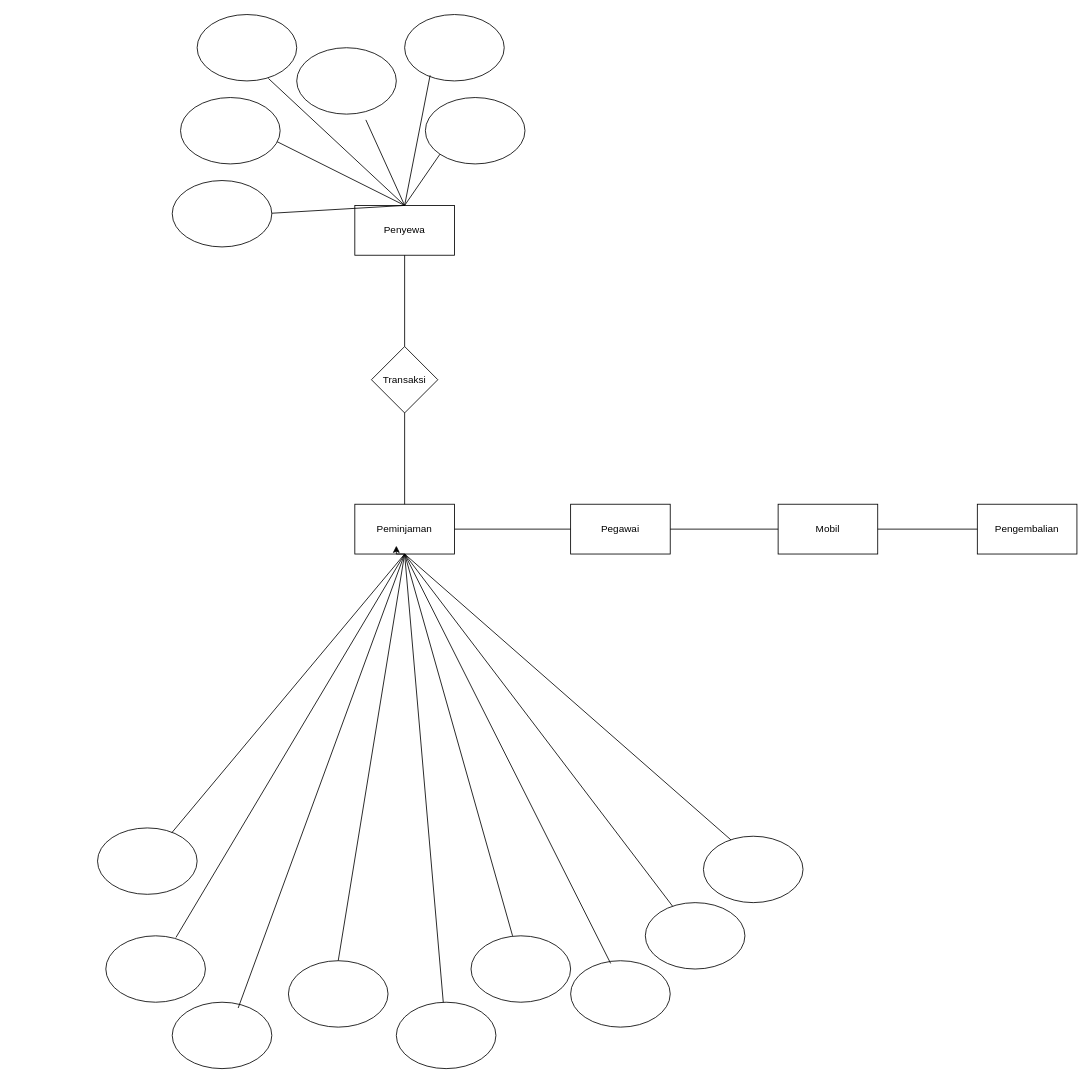
The draw.io diagram Untitled Diagram.drawio in MarioAT2703/MarioAchmad, before the edit. Source tidied: cells renumbered, new cells numbered last; positions are measured from the earlier drawing's top-left corner, leaving out a move shared by most shapes. Both pictures are drawn from the tidied source at 83%, with x=0, y=0 at pixel (97, 14).
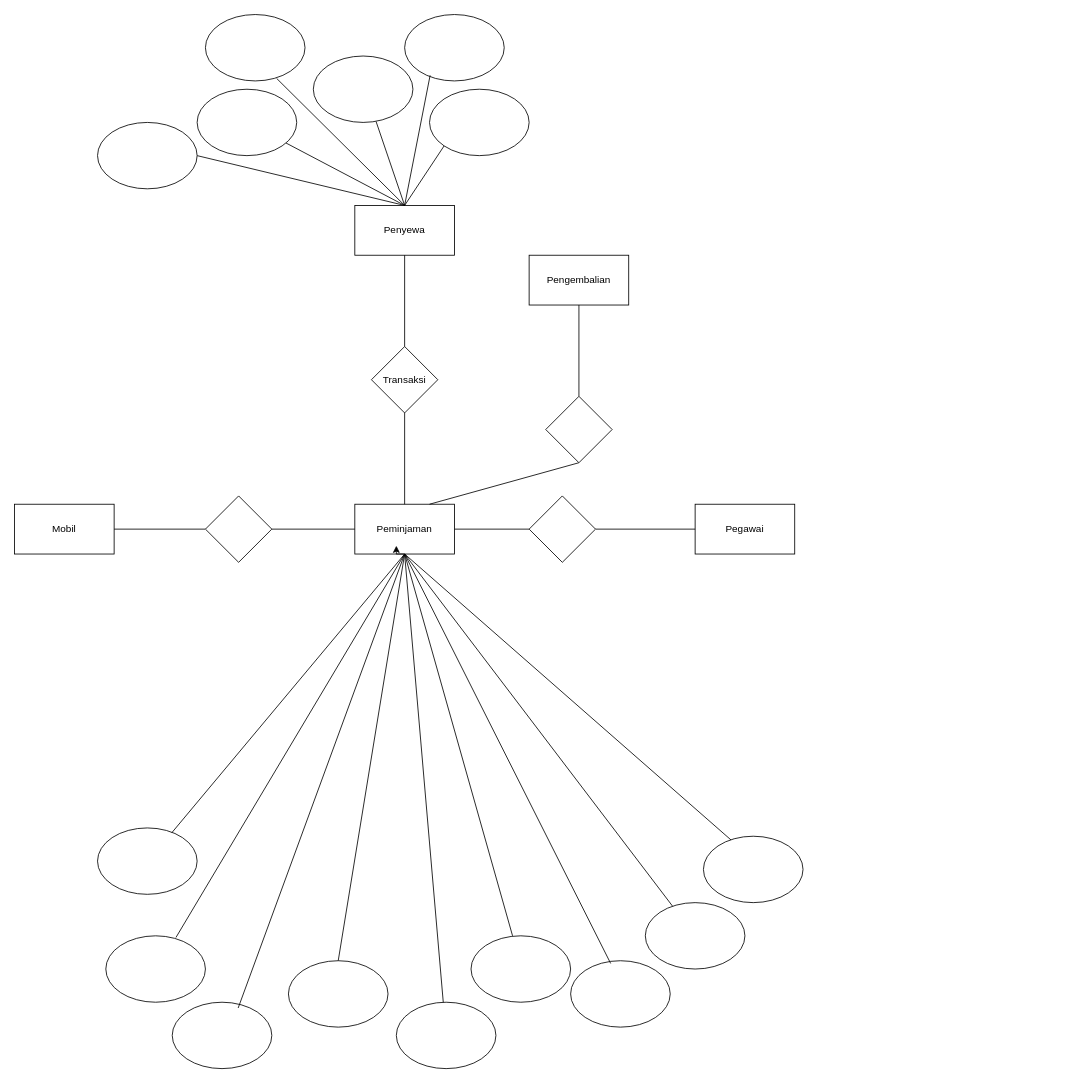
The same page after the edit.

Unchanged cells that the change refers to:
```xml
<mxCell id="2" value="Penyewa" style="rounded=0;whiteSpace=wrap;html=1;" parent="1" vertex="1">
  <mxGeometry x="310" y="230" width="120" height="60" as="geometry" />
</mxCell>
<mxCell id="6" value="Peminjaman" style="rounded=0;whiteSpace=wrap;html=1;" parent="1" vertex="1">
  <mxGeometry x="310" y="590" width="120" height="60" as="geometry" />
</mxCell>
```

Diff of the diagram source:
```diff
@@
     <mxCell id="3" value="Pegawai" style="rounded=0;whiteSpace=wrap;html=1;" parent="1" vertex="1">
-      <mxGeometry x="570" y="590" width="120" height="60" as="geometry" />
+      <mxGeometry x="720" y="590" width="120" height="60" as="geometry" />
     </mxCell>
     <mxCell id="4" value="Mobil" style="rounded=0;whiteSpace=wrap;html=1;" parent="1" vertex="1">
-      <mxGeometry x="820" y="590" width="120" height="60" as="geometry" />
+      <mxGeometry x="-100" y="590" width="120" height="60" as="geometry" />
     </mxCell>
     <mxCell id="5" value="Pengembalian" style="rounded=0;whiteSpace=wrap;html=1;" parent="1" vertex="1">
-      <mxGeometry x="1060" y="590" width="120" height="60" as="geometry" />
+      <mxGeometry x="520" y="290" width="120" height="60" as="geometry" />
     </mxCell>
@@
-    <mxCell id="7" style="endArrow=none;html=1;rounded=0;entryX=0.5;entryY=0;entryDx=0;entryDy=0;" parent="1" edge="1" target="2">
-      <mxGeometry relative="1" as="geometry">
-        <mxPoint x="200" y="240" as="sourcePoint" />
-      </mxGeometry>
+    <mxCell id="7" style="endArrow=none;html=1;rounded=0;entryX=0.5;entryY=0;entryDx=0;entryDy=0;exitX=1;exitY=0.5;exitDx=0;exitDy=0;" parent="1" edge="1" source="10" target="2">
+      <mxGeometry relative="1" as="geometry" />
     </mxCell>
-    <mxCell id="8" style="endArrow=none;html=1;rounded=0;exitX=0.5;exitY=0;exitDx=0;exitDy=0;" parent="1" edge="1" source="2">
+    <mxCell id="8" style="endArrow=none;html=1;rounded=0;exitX=0.5;exitY=0;exitDx=0;exitDy=0;" parent="1" edge="1" source="11">
       <mxGeometry relative="1" as="geometry">
         <mxPoint x="190" y="140" as="targetPoint" />
       </mxGeometry>
     </mxCell>
     <mxCell id="9" style="ellipse;whiteSpace=wrap;html=1;" parent="1" vertex="1">
-      <mxGeometry x="395" y="100" width="120" height="80" as="geometry" />
+      <mxGeometry x="400" y="90" width="120" height="80" as="geometry" />
     </mxCell>
     <mxCell id="10" style="ellipse;whiteSpace=wrap;html=1;" parent="1" vertex="1">
-      <mxGeometry x="90" y="200" width="120" height="80" as="geometry" />
+      <mxGeometry y="130" width="120" height="80" as="geometry" />
     </mxCell>
-    <mxCell id="11" style="ellipse;whiteSpace=wrap;html=1;" parent="1" vertex="1">
-      <mxGeometry x="100" y="100" width="120" height="80" as="geometry" />
-    </mxCell>
@@
     <mxCell id="13" style="ellipse;whiteSpace=wrap;html=1;" parent="1" vertex="1">
-      <mxGeometry x="120" width="120" height="80" as="geometry" />
+      <mxGeometry x="130" width="120" height="80" as="geometry" />
     </mxCell>
     <mxCell id="14" style="ellipse;whiteSpace=wrap;html=1;" parent="1" vertex="1">
-      <mxGeometry x="240" y="40" width="120" height="80" as="geometry" />
+      <mxGeometry x="260" y="50" width="120" height="80" as="geometry" />
     </mxCell>
@@
-    <mxCell id="16" style="endArrow=none;html=1;rounded=0;exitX=0.694;exitY=1.087;exitDx=0;exitDy=0;exitPerimeter=0;entryX=0.5;entryY=0;entryDx=0;entryDy=0;" parent="1" edge="1" source="14" target="2">
+    <mxCell id="16" style="endArrow=none;html=1;rounded=0;entryX=0.5;entryY=0;entryDx=0;entryDy=0;exitX=0.63;exitY=0.986;exitDx=0;exitDy=0;exitPerimeter=0;" parent="1" edge="1" source="14" target="2">
       <mxGeometry relative="1" as="geometry" />
     </mxCell>
@@
-    <mxCell id="23" style="endArrow=none;html=1;rounded=0;exitX=1;exitY=0.5;exitDx=0;exitDy=0;" parent="1" edge="1" source="6" target="3">
+    <mxCell id="23" style="endArrow=none;html=1;rounded=0;exitX=1;exitY=0.5;exitDx=0;exitDy=0;" parent="1" edge="1" source="46" target="3">
       <mxGeometry relative="1" as="geometry" />
     </mxCell>
-    <mxCell id="24" style="endArrow=none;html=1;rounded=0;exitX=1;exitY=0.5;exitDx=0;exitDy=0;entryX=0;entryY=0.5;entryDx=0;entryDy=0;" parent="1" edge="1" source="3" target="4">
+    <mxCell id="24" style="endArrow=none;html=1;rounded=0;entryX=1;entryY=0.5;entryDx=0;entryDy=0;" parent="1" edge="1" source="48" target="4">
       <mxGeometry relative="1" as="geometry" />
     </mxCell>
-    <mxCell id="25" style="endArrow=none;html=1;rounded=0;exitX=1;exitY=0.5;exitDx=0;exitDy=0;entryX=0;entryY=0.5;entryDx=0;entryDy=0;" parent="1" edge="1" source="4" target="5">
-      <mxGeometry relative="1" as="geometry" />
-    </mxCell>
@@
+    <mxCell id="44" style="endArrow=none;html=1;rounded=0;exitX=0.5;exitY=0;exitDx=0;exitDy=0;" parent="1" edge="1" source="2" target="11">
+      <mxGeometry relative="1" as="geometry" />
+    </mxCell>
+    <mxCell id="11" style="ellipse;whiteSpace=wrap;html=1;" parent="1" vertex="1">
+      <mxGeometry x="120" y="90" width="120" height="80" as="geometry" />
+    </mxCell>
+    <mxCell id="45" style="endArrow=none;html=1;rounded=0;exitX=1;exitY=0.5;exitDx=0;exitDy=0;" parent="1" edge="1" source="6" target="46">
+      <mxGeometry relative="1" as="geometry" />
+    </mxCell>
+    <mxCell id="46" style="rhombus;whiteSpace=wrap;html=1;" parent="1" vertex="1">
+      <mxGeometry x="520" y="580" width="80" height="80" as="geometry" />
+    </mxCell>
+    <mxCell id="47" style="endArrow=none;html=1;rounded=0;entryX=1;entryY=0.5;entryDx=0;entryDy=0;" parent="1" edge="1" target="48">
+      <mxGeometry relative="1" as="geometry">
+        <mxPoint x="310" y="620" as="sourcePoint" />
+      </mxGeometry>
+    </mxCell>
+    <mxCell id="48" style="rhombus;whiteSpace=wrap;html=1;" parent="1" vertex="1">
+      <mxGeometry x="130" y="580" width="80" height="80" as="geometry" />
+    </mxCell>
+    <mxCell id="49" style="endArrow=none;html=1;rounded=0;exitX=0.5;exitY=0;exitDx=0;exitDy=0;entryX=0.5;entryY=1;entryDx=0;entryDy=0;" parent="1" edge="1" source="51" target="5">
+      <mxGeometry relative="1" as="geometry" />
+    </mxCell>
+    <mxCell id="50" style="endArrow=none;html=1;rounded=0;exitX=0.75;exitY=0;exitDx=0;exitDy=0;entryX=0.5;entryY=1;entryDx=0;entryDy=0;" parent="1" edge="1" source="6" target="51">
+      <mxGeometry relative="1" as="geometry" />
+    </mxCell>
+    <mxCell id="51" style="rhombus;whiteSpace=wrap;html=1;" parent="1" vertex="1">
+      <mxGeometry x="540" y="460" width="80" height="80" as="geometry" />
+    </mxCell>
```
